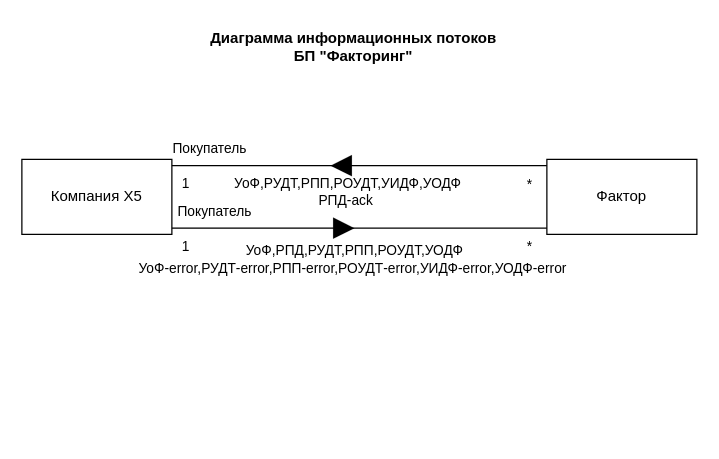
Tonop/X5 keeps this draw.io diagram as page "Page-1" (1 of 2) of Диаграмма без названия.drawio. Above is the earlier version. Source tidied: cells renumbered, new cells numbered last; positions are measured from the earlier drawing's top-left corner, leaving out a move shared by most shapes. Both pictures are drawn from the tidied source at 125%, with x=0, y=0 at pixel (21, 21).
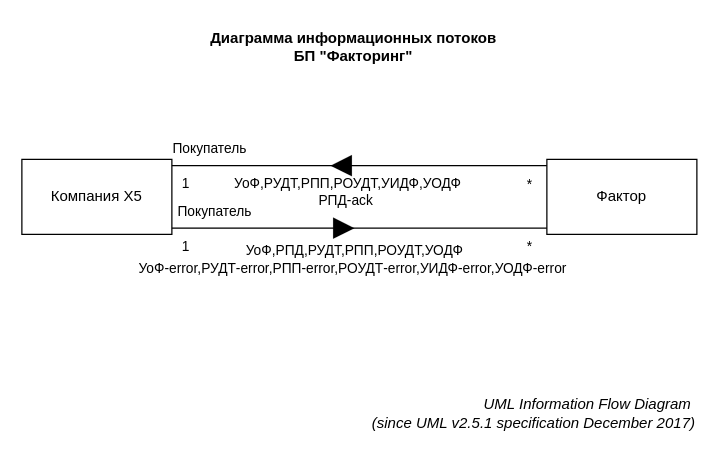
The same diagram, later.

Change to the diagram source:
```diff
@@
+    <mxCell id="17" value="&lt;i&gt;UML Information Flow Diagram&amp;nbsp;&lt;br&gt;(since UML v2.5.1 specification December 2017)&lt;/i&gt;" style="text;html=1;align=right;verticalAlign=middle;strokeColor=none;fillColor=none;" parent="1" vertex="1">
+      <mxGeometry x="260" y="293" width="280" height="40" as="geometry" />
+    </mxCell>
```
